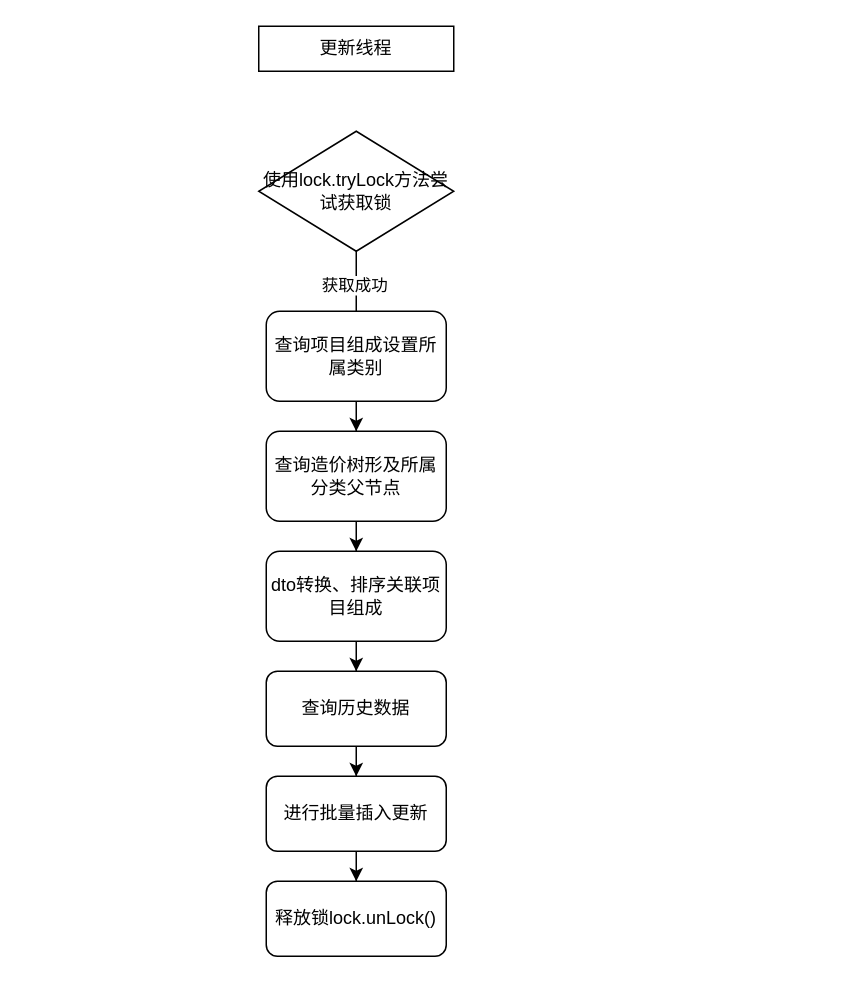
Above: draw.io/Redis获取锁逻辑.drawio in KeatonLi/pictures (draw.io), before the change. Source tidied: cells renumbered, new cells numbered last; positions are measured from the earlier drawing's top-left corner, leaving out a move shared by most shapes. Both pictures are drawn from the tidied source at 150%, with x=0, y=0 at pixel (258, 26).
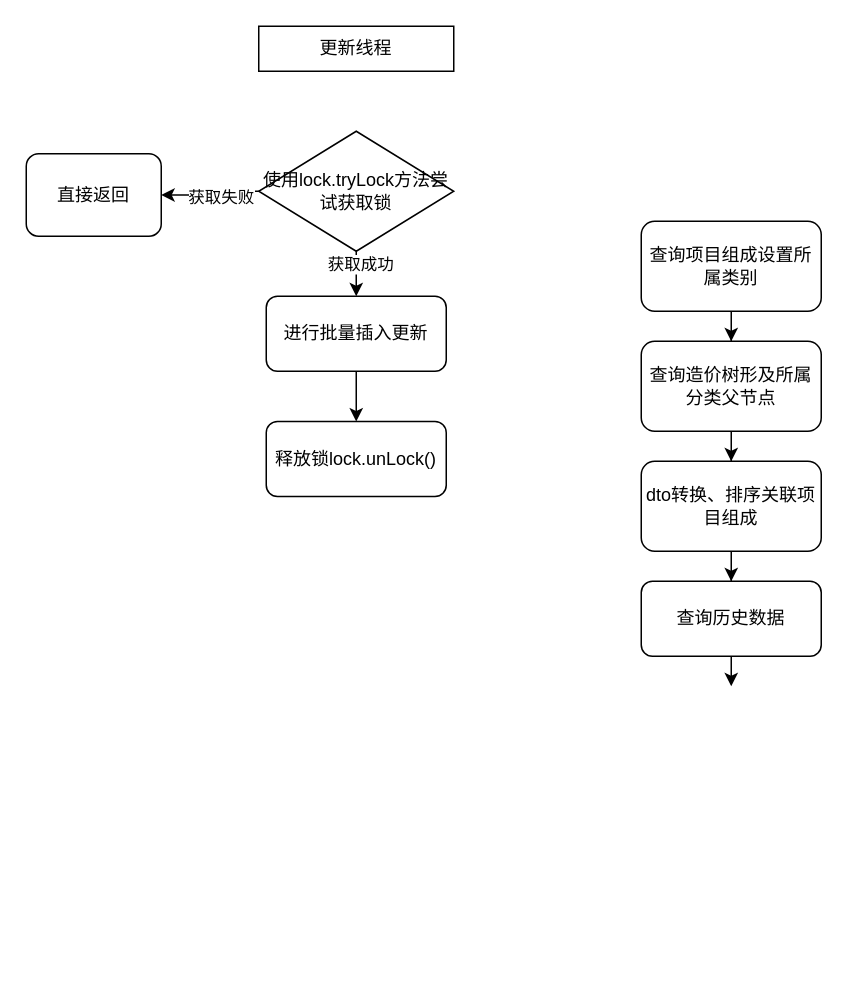
The same page after the edit.

Commit message (it also covers changes not shown here):
更新Redis获取锁逻辑.drawio

Unchanged cells that the change refers to:
```xml
<mxCell id="5" value="使用lock.tryLock方法尝试获取锁" style="rhombus;whiteSpace=wrap;html=1;" parent="1" vertex="1">
  <mxGeometry y="70" width="130" height="80" as="geometry" />
</mxCell>
```

What changed in the source:
```diff
@@
-    <mxCell id="3" style="edgeStyle=orthogonalEdgeStyle;rounded=0;jettySize=auto;html=1;" parent="1" edge="1" source="5">
-      <mxGeometry relative="1" as="geometry">
-        <mxPoint x="65" y="210" as="targetPoint" />
-      </mxGeometry>
+    <mxCell id="3" style="edgeStyle=orthogonalEdgeStyle;rounded=0;jettySize=auto;html=1;entryX=0.5;entryY=0;entryDx=0;entryDy=0;" parent="1" edge="1" source="5" target="15">
+      <mxGeometry relative="1" as="geometry" />
     </mxCell>
     <mxCell id="4" value="获取成功" style="edgeLabel;html=1;align=center;verticalAlign=middle;" parent="3" vertex="1">
-      <mxGeometry x="-0.27" y="-2" relative="1" as="geometry" />
+      <mxGeometry x="-0.68" y="2" relative="1" as="geometry" />
     </mxCell>
+    <mxCell id="17" style="edgeStyle=orthogonalEdgeStyle;rounded=0;jettySize=auto;html=1;entryX=1;entryY=0.5;entryDx=0;entryDy=0;" parent="1" edge="1" source="5" target="20">
+      <mxGeometry relative="1" as="geometry" />
+    </mxCell>
+    <mxCell id="18" value="获取失败" style="edgeLabel;html=1;align=center;verticalAlign=middle;" parent="17" vertex="1">
+      <mxGeometry x="-0.23" y="3" relative="1" as="geometry" />
+    </mxCell>
@@
+    <mxCell id="14" style="edgeStyle=orthogonalEdgeStyle;rounded=0;jettySize=auto;html=1;entryX=0.5;entryY=0;entryDx=0;entryDy=0;" parent="1" edge="1" source="15" target="16">
+      <mxGeometry relative="1" as="geometry" />
+    </mxCell>
+    <mxCell id="15" value="进行批量插入更新" style="rounded=1;whiteSpace=wrap;html=1;" parent="1" vertex="1">
+      <mxGeometry x="5" y="180" width="120" height="50" as="geometry" />
+    </mxCell>
+    <mxCell id="16" value="释放锁lock.unLock()" style="rounded=1;whiteSpace=wrap;html=1;" parent="1" vertex="1">
+      <mxGeometry x="5" y="263.5" width="120" height="50" as="geometry" />
+    </mxCell>
@@
     <mxCell id="7" value="查询项目组成设置所属类别" style="rounded=1;whiteSpace=wrap;html=1;" parent="1" vertex="1">
-      <mxGeometry x="5" y="190" width="120" height="60" as="geometry" />
+      <mxGeometry x="255" y="130" width="120" height="60" as="geometry" />
     </mxCell>
@@
     <mxCell id="9" value="查询造价树形及所属分类父节点" style="rounded=1;whiteSpace=wrap;html=1;" parent="1" vertex="1">
-      <mxGeometry x="5" y="270" width="120" height="60" as="geometry" />
+      <mxGeometry x="255" y="210" width="120" height="60" as="geometry" />
     </mxCell>
@@
     <mxCell id="11" value="dto转换、排序关联项目组成" style="rounded=1;whiteSpace=wrap;html=1;" parent="1" vertex="1">
-      <mxGeometry x="5" y="350" width="120" height="60" as="geometry" />
+      <mxGeometry x="255" y="290" width="120" height="60" as="geometry" />
     </mxCell>
-    <mxCell id="12" style="edgeStyle=orthogonalEdgeStyle;rounded=0;jettySize=auto;html=1;entryX=0.5;entryY=0;entryDx=0;entryDy=0;" parent="1" edge="1" source="13" target="15">
-      <mxGeometry relative="1" as="geometry" />
-    </mxCell>
+    <mxCell id="19" style="edgeStyle=orthogonalEdgeStyle;rounded=0;jettySize=auto;html=1;entryX=0.5;entryY=0;entryDx=0;entryDy=0;" parent="1" edge="1" source="13">
+      <mxGeometry relative="1" as="geometry">
+        <mxPoint x="315" y="440" as="targetPoint" />
+      </mxGeometry>
+    </mxCell>
     <mxCell id="13" value="查询历史数据" style="rounded=1;whiteSpace=wrap;html=1;" parent="1" vertex="1">
-      <mxGeometry x="5" y="430" width="120" height="50" as="geometry" />
+      <mxGeometry x="255" y="370" width="120" height="50" as="geometry" />
     </mxCell>
-    <mxCell id="14" style="edgeStyle=orthogonalEdgeStyle;rounded=0;jettySize=auto;html=1;entryX=0.5;entryY=0;entryDx=0;entryDy=0;" parent="1" edge="1" source="15" target="16">
-      <mxGeometry relative="1" as="geometry" />
-    </mxCell>
-    <mxCell id="15" value="进行批量插入更新" style="rounded=1;whiteSpace=wrap;html=1;" parent="1" vertex="1">
-      <mxGeometry x="5" y="500" width="120" height="50" as="geometry" />
-    </mxCell>
-    <mxCell id="16" value="释放锁lock.unLock()" style="rounded=1;whiteSpace=wrap;html=1;" parent="1" vertex="1">
-      <mxGeometry x="5" y="570" width="120" height="50" as="geometry" />
-    </mxCell>
+    <mxCell id="20" value="直接返回" style="rounded=1;whiteSpace=wrap;html=1;" parent="1" vertex="1">
+      <mxGeometry x="-155" y="85" width="90" height="55" as="geometry" />
+    </mxCell>
```
